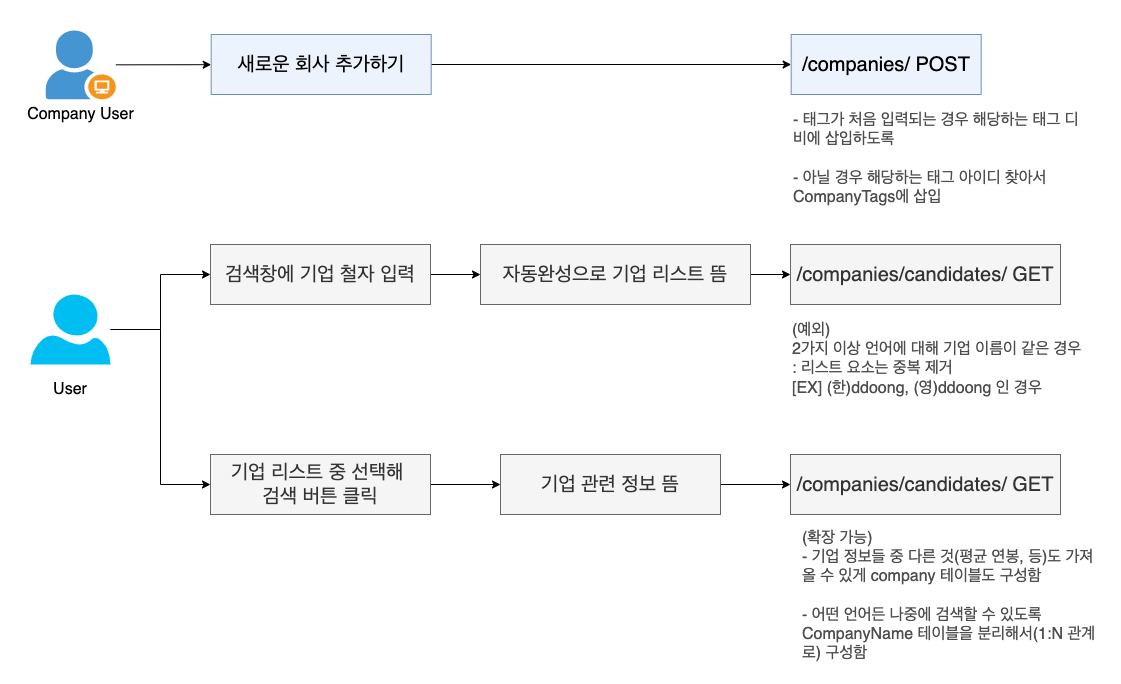
leejin21/search-server-assignment-21 keeps this draw.io diagram as imgs/business_logic.png. Above is the earlier version. Source tidied: cells renumbered, new cells last; positions are measured from the earlier drawing's top-left corner, leaving out a move shared by most shapes.
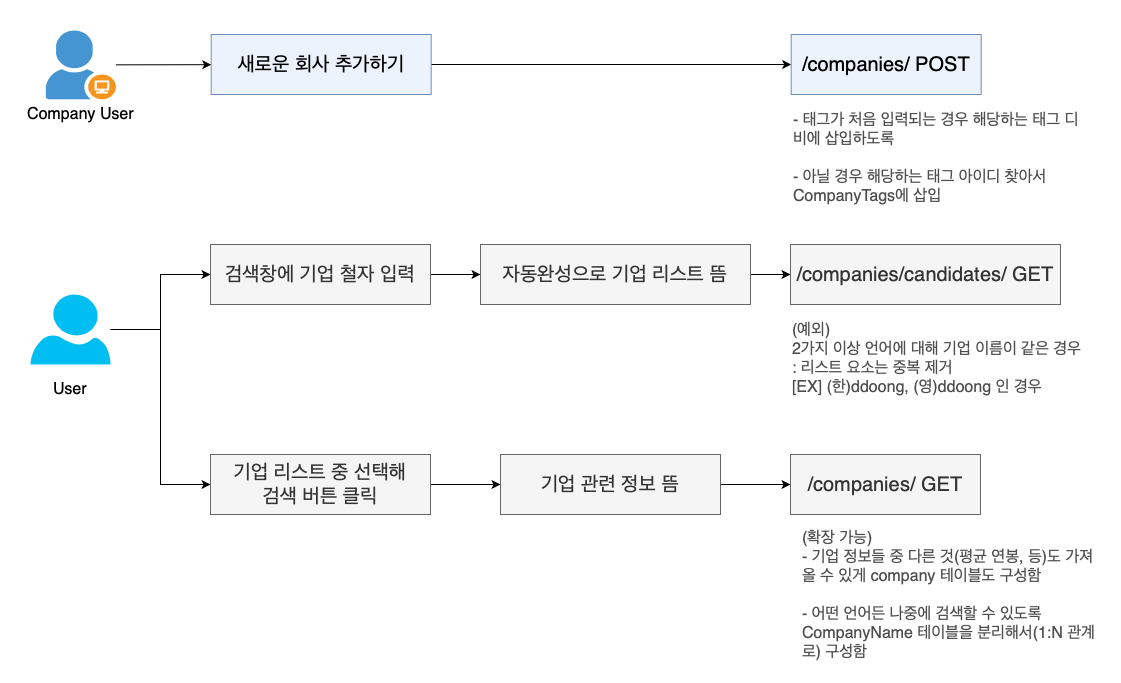
The same file after the commit.

Commit message:
[Feature/refactor] 리드미의 비즈니스 로직 그림의 오타 수정 (#9)

* docs(readme): 비즈니스 로직 오타 제거

이전: companies/candidates 가 2개 존재
이후: 1개 companies/로 수정

What changed in the source:
```diff
@@ -44,8 +44,8 @@
     <mxCell id="15" value="/companies/ POST" style="rounded=0;whiteSpace=wrap;html=1;fontSize=20;fillColor=#EDF3FC;strokeColor=#6c8ebf;" parent="1" vertex="1">
       <mxGeometry x="770.7" y="14" width="190" height="60" as="geometry" />
     </mxCell>
-    <mxCell id="16" value="/companies/candidates/ GET" style="rounded=0;whiteSpace=wrap;html=1;fontSize=20;fillColor=#f5f5f5;fontColor=#333333;strokeColor=#666666;" parent="1" vertex="1">
-      <mxGeometry x="770" y="434" width="270" height="60" as="geometry" />
+    <mxCell id="16" value="/companies/ GET" style="rounded=0;whiteSpace=wrap;html=1;fontSize=20;fillColor=#f5f5f5;fontColor=#333333;strokeColor=#666666;" parent="1" vertex="1">
+      <mxGeometry x="770" y="434" width="190" height="60" as="geometry" />
     </mxCell>
     <mxCell id="17" style="group;" parent="1" vertex="1">
       <mxGeometry width="120.7" height="108.8" as="geometry" />
```
